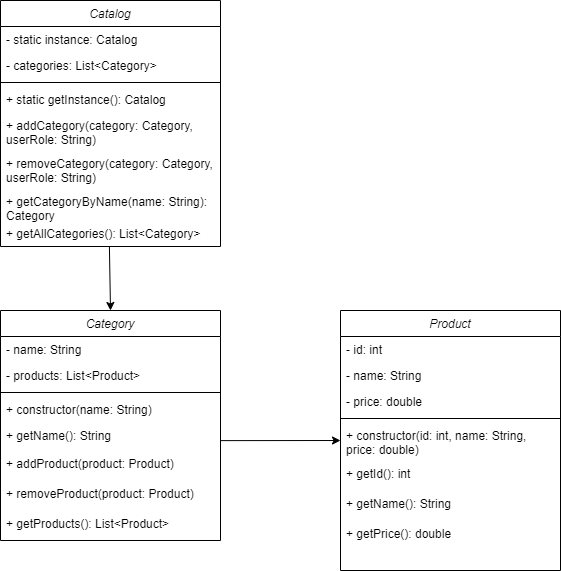
Above: Images/Design_Document/Singleton.png in Osnaga-Robert/E-commerce_app (draw.io), before the change. Source tidied: cells renumbered, new cells last; positions are measured from the earlier drawing's top-left corner, leaving out a move shared by most shapes. Its diagram source:
```xml
<mxGraphModel>
  <root>
    <mxCell id="0" />
    <mxCell id="1" parent="0" />
    <mxCell id="2" value="Catalog" style="swimlane;fontStyle=2;align=center;verticalAlign=top;horizontal=1;startSize=26;rounded=0;shadow=0;strokeWidth=1;" parent="1" vertex="1">
      <mxGeometry width="220" height="246" as="geometry" />
    </mxCell>
    <mxCell id="3" value="- static instance: Catalog" style="text;align=left;verticalAlign=top;spacingLeft=4;spacingRight=4;overflow=hidden;" parent="2" vertex="1">
      <mxGeometry y="26" width="220" height="26" as="geometry" />
    </mxCell>
    <mxCell id="4" value="- categories: List&lt;Category&gt;" style="text;align=left;verticalAlign=top;spacingLeft=4;spacingRight=4;overflow=hidden;rounded=0;shadow=0;html=0;" parent="2" vertex="1">
      <mxGeometry y="52" width="220" height="26" as="geometry" />
    </mxCell>
    <mxCell id="5" style="line;html=1;strokeWidth=1;align=left;verticalAlign=middle;spacingTop=-1;spacingLeft=3;spacingRight=3;labelPosition=right;" parent="2" vertex="1">
      <mxGeometry y="78" width="220" height="8" as="geometry" />
    </mxCell>
    <mxCell id="6" value="+ static getInstance(): Catalog" style="text;align=left;verticalAlign=top;spacingLeft=4;spacingRight=4;overflow=hidden;" parent="2" vertex="1">
      <mxGeometry y="86" width="220" height="26" as="geometry" />
    </mxCell>
    <mxCell id="7" value="+ addCategory(category: Category, &#10;userRole: String)" style="text;align=left;verticalAlign=top;spacingLeft=4;spacingRight=4;overflow=hidden;" parent="2" vertex="1">
      <mxGeometry y="112" width="220" height="38" as="geometry" />
    </mxCell>
    <mxCell id="8" value="+ removeCategory(category: Category, &#10;userRole: String)" style="text;align=left;verticalAlign=top;spacingLeft=4;spacingRight=4;overflow=hidden;" parent="2" vertex="1">
      <mxGeometry y="150" width="220" height="38" as="geometry" />
    </mxCell>
    <mxCell id="9" value="+ getCategoryByName(name: String): &#10;Category" style="text;align=left;verticalAlign=top;spacingLeft=4;spacingRight=4;overflow=hidden;" parent="2" vertex="1">
      <mxGeometry y="188" width="220" height="32" as="geometry" />
    </mxCell>
    <mxCell id="10" value="+ getAllCategories(): List&lt;Category&gt;" style="text;align=left;verticalAlign=top;spacingLeft=4;spacingRight=4;overflow=hidden;points=[[0,0.5],[1,0.5]];portConstraint=eastwest;" parent="2" vertex="1">
      <mxGeometry y="220" width="220" height="26" as="geometry" />
    </mxCell>
    <mxCell id="11" value="Category" style="swimlane;fontStyle=2;align=center;verticalAlign=top;horizontal=1;startSize=26;rounded=0;shadow=0;strokeWidth=1;" parent="1" vertex="1">
      <mxGeometry y="310" width="220" height="230" as="geometry" />
    </mxCell>
    <mxCell id="12" value="- name: String" style="text;align=left;verticalAlign=top;spacingLeft=4;spacingRight=4;overflow=hidden;" parent="11" vertex="1">
      <mxGeometry y="26" width="220" height="26" as="geometry" />
    </mxCell>
    <mxCell id="13" value="- products: List&lt;Product&gt;" style="text;align=left;verticalAlign=top;spacingLeft=4;spacingRight=4;overflow=hidden;rounded=0;shadow=0;html=0;" parent="11" vertex="1">
      <mxGeometry y="52" width="220" height="26" as="geometry" />
    </mxCell>
    <mxCell id="14" style="line;html=1;strokeWidth=1;align=left;verticalAlign=middle;spacingTop=-1;spacingLeft=3;spacingRight=3;labelPosition=right;" parent="11" vertex="1">
      <mxGeometry y="78" width="220" height="8" as="geometry" />
    </mxCell>
    <mxCell id="15" value="+ constructor(name: String)" style="text;align=left;verticalAlign=top;spacingLeft=4;spacingRight=4;overflow=hidden;" parent="11" vertex="1">
      <mxGeometry y="86" width="220" height="26" as="geometry" />
    </mxCell>
    <mxCell id="16" value="+ getName(): String" style="text;align=left;verticalAlign=top;spacingLeft=4;spacingRight=4;overflow=hidden;points=[[0,0.5],[1,0.5]];portConstraint=eastwest;" parent="11" vertex="1">
      <mxGeometry y="112" width="220" height="28" as="geometry" />
    </mxCell>
    <mxCell id="17" value="+ addProduct(product: Product)" style="text;align=left;verticalAlign=top;spacingLeft=4;spacingRight=4;overflow=hidden;" parent="11" vertex="1">
      <mxGeometry y="140" width="220" height="30" as="geometry" />
    </mxCell>
    <mxCell id="18" value="+ removeProduct(product: Product)" style="text;align=left;verticalAlign=top;spacingLeft=4;spacingRight=4;overflow=hidden;" parent="11" vertex="1">
      <mxGeometry y="170" width="220" height="30" as="geometry" />
    </mxCell>
    <mxCell id="19" value="+ getProducts(): List&lt;Product&gt;" style="text;align=left;verticalAlign=top;spacingLeft=4;spacingRight=4;overflow=hidden;" parent="11" vertex="1">
      <mxGeometry y="200" width="220" height="26" as="geometry" />
    </mxCell>
    <mxCell id="20" value="Product" style="swimlane;fontStyle=2;align=center;verticalAlign=top;horizontal=1;startSize=26;rounded=0;shadow=0;strokeWidth=1;" parent="1" vertex="1">
      <mxGeometry x="340" y="310" width="220" height="260" as="geometry" />
    </mxCell>
    <mxCell id="21" value="- id: int" style="text;align=left;verticalAlign=top;spacingLeft=4;spacingRight=4;overflow=hidden;" parent="20" vertex="1">
      <mxGeometry y="26" width="220" height="26" as="geometry" />
    </mxCell>
    <mxCell id="22" value="- name: String" style="text;align=left;verticalAlign=top;spacingLeft=4;spacingRight=4;overflow=hidden;rounded=0;shadow=0;html=0;" parent="20" vertex="1">
      <mxGeometry y="52" width="220" height="26" as="geometry" />
    </mxCell>
    <mxCell id="23" value="- price: double" style="text;align=left;verticalAlign=top;spacingLeft=4;spacingRight=4;overflow=hidden;" parent="20" vertex="1">
      <mxGeometry y="78" width="220" height="26" as="geometry" />
    </mxCell>
    <mxCell id="24" style="line;html=1;strokeWidth=1;align=left;verticalAlign=middle;spacingTop=-1;spacingLeft=3;spacingRight=3;labelPosition=right;" parent="20" vertex="1">
      <mxGeometry y="104" width="220" height="8" as="geometry" />
    </mxCell>
    <mxCell id="25" value="+ constructor(id: int, name: String, &#10;price: double)" style="text;align=left;verticalAlign=top;spacingLeft=4;spacingRight=4;overflow=hidden;" parent="20" vertex="1">
      <mxGeometry y="112" width="220" height="38" as="geometry" />
    </mxCell>
    <mxCell id="26" value="+ getId(): int" style="text;align=left;verticalAlign=top;spacingLeft=4;spacingRight=4;overflow=hidden;" parent="20" vertex="1">
      <mxGeometry y="150" width="220" height="30" as="geometry" />
    </mxCell>
    <mxCell id="27" value="+ getName(): String" style="text;align=left;verticalAlign=top;spacingLeft=4;spacingRight=4;overflow=hidden;" parent="20" vertex="1">
      <mxGeometry y="180" width="220" height="30" as="geometry" />
    </mxCell>
    <mxCell id="28" value="+ getPrice(): double" style="text;align=left;verticalAlign=top;spacingLeft=4;spacingRight=4;overflow=hidden;" parent="20" vertex="1">
      <mxGeometry y="210" width="220" height="26" as="geometry" />
    </mxCell>
    <mxCell id="29" style="endArrow=classic;html=1;rounded=0;exitX=0.495;exitY=1.005;exitDx=0;exitDy=0;exitPerimeter=0;entryX=0.5;entryY=0;entryDx=0;entryDy=0;" parent="1" edge="1" source="10" target="11">
      <mxGeometry relative="1" as="geometry" />
    </mxCell>
    <mxCell id="30" style="endArrow=classic;html=1;rounded=0;exitX=1.001;exitY=0.647;exitDx=0;exitDy=0;exitPerimeter=0;" parent="1" edge="1" source="16">
      <mxGeometry relative="1" as="geometry">
        <mxPoint x="340" y="440" as="targetPoint" />
      </mxGeometry>
    </mxCell>
  </root>
</mxGraphModel>
```
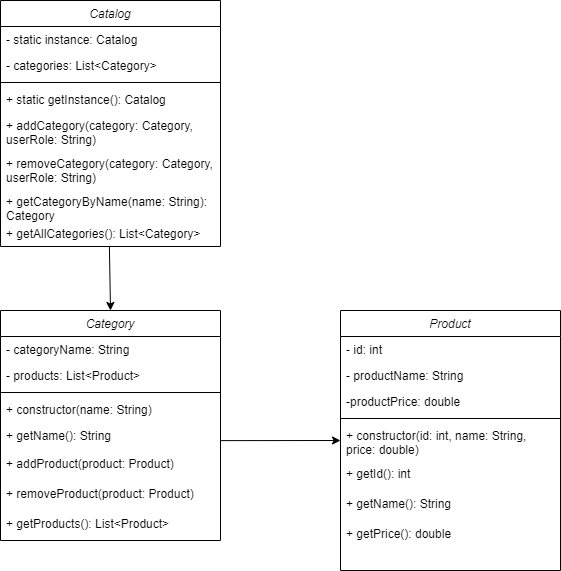
After the commit.

Diff of the diagram source:
```diff
@@ -32,7 +32,7 @@
     <mxCell id="11" value="Category" style="swimlane;fontStyle=2;align=center;verticalAlign=top;horizontal=1;startSize=26;rounded=0;shadow=0;strokeWidth=1;" parent="1" vertex="1">
       <mxGeometry y="310" width="220" height="230" as="geometry" />
     </mxCell>
-    <mxCell id="12" value="- name: String" style="text;align=left;verticalAlign=top;spacingLeft=4;spacingRight=4;overflow=hidden;" parent="11" vertex="1">
+    <mxCell id="12" value="- categoryName: String" style="text;align=left;verticalAlign=top;spacingLeft=4;spacingRight=4;overflow=hidden;" parent="11" vertex="1">
       <mxGeometry y="26" width="220" height="26" as="geometry" />
     </mxCell>
     <mxCell id="13" value="- products: List&lt;Product&gt;" style="text;align=left;verticalAlign=top;spacingLeft=4;spacingRight=4;overflow=hidden;rounded=0;shadow=0;html=0;" parent="11" vertex="1">
@@ -62,10 +62,10 @@
     <mxCell id="21" value="- id: int" style="text;align=left;verticalAlign=top;spacingLeft=4;spacingRight=4;overflow=hidden;" parent="20" vertex="1">
       <mxGeometry y="26" width="220" height="26" as="geometry" />
     </mxCell>
-    <mxCell id="22" value="- name: String" style="text;align=left;verticalAlign=top;spacingLeft=4;spacingRight=4;overflow=hidden;rounded=0;shadow=0;html=0;" parent="20" vertex="1">
+    <mxCell id="22" value="- productName: String" style="text;align=left;verticalAlign=top;spacingLeft=4;spacingRight=4;overflow=hidden;rounded=0;shadow=0;html=0;" parent="20" vertex="1">
       <mxGeometry y="52" width="220" height="26" as="geometry" />
     </mxCell>
-    <mxCell id="23" value="- price: double" style="text;align=left;verticalAlign=top;spacingLeft=4;spacingRight=4;overflow=hidden;" parent="20" vertex="1">
+    <mxCell id="23" value="-productPrice: double" style="text;align=left;verticalAlign=top;spacingLeft=4;spacingRight=4;overflow=hidden;" parent="20" vertex="1">
       <mxGeometry y="78" width="220" height="26" as="geometry" />
     </mxCell>
     <mxCell id="24" style="line;html=1;strokeWidth=1;align=left;verticalAlign=middle;spacingTop=-1;spacingLeft=3;spacingRight=3;labelPosition=right;" parent="20" vertex="1">
```
